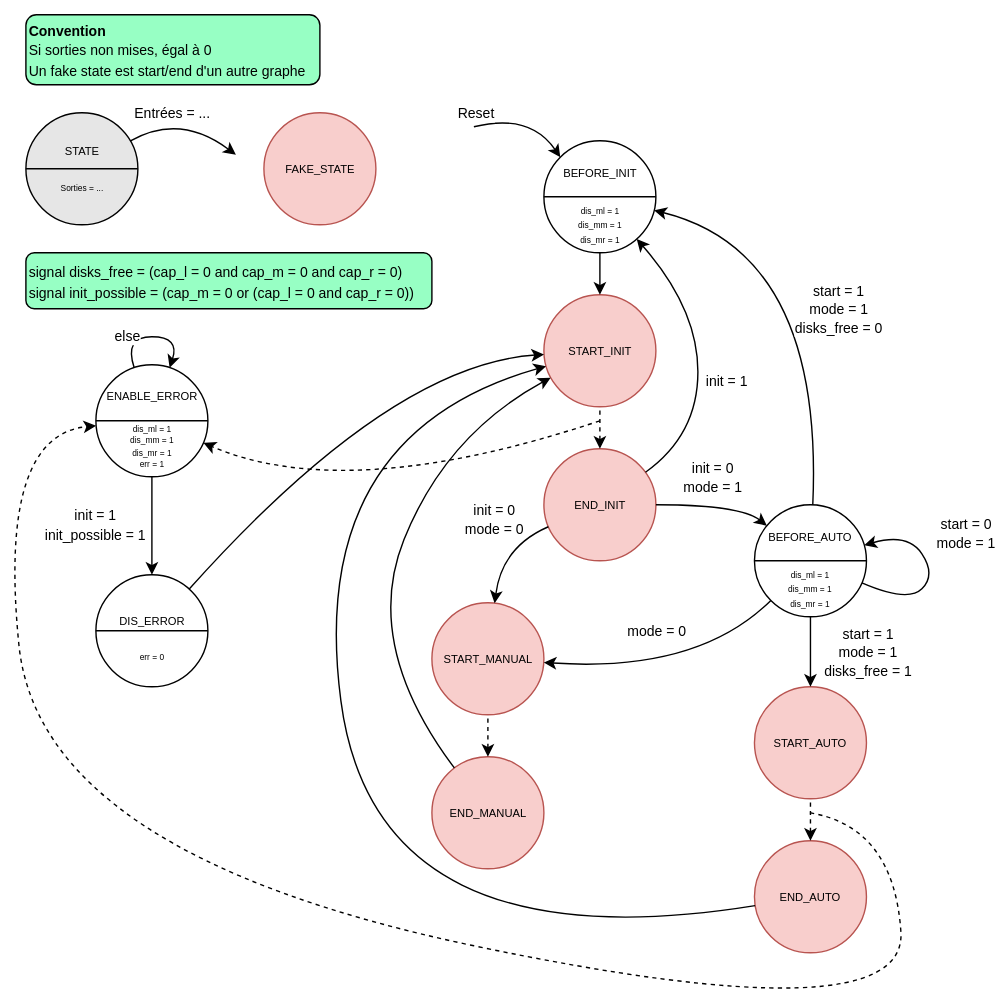
Earlier version of the draw.io export doc/images/state_global.svg (Schokiiiiiiii/csn26). Source tidied: cells renumbered, new cells last; positions are measured from the earlier drawing's top-left corner, leaving out a move shared by most shapes.
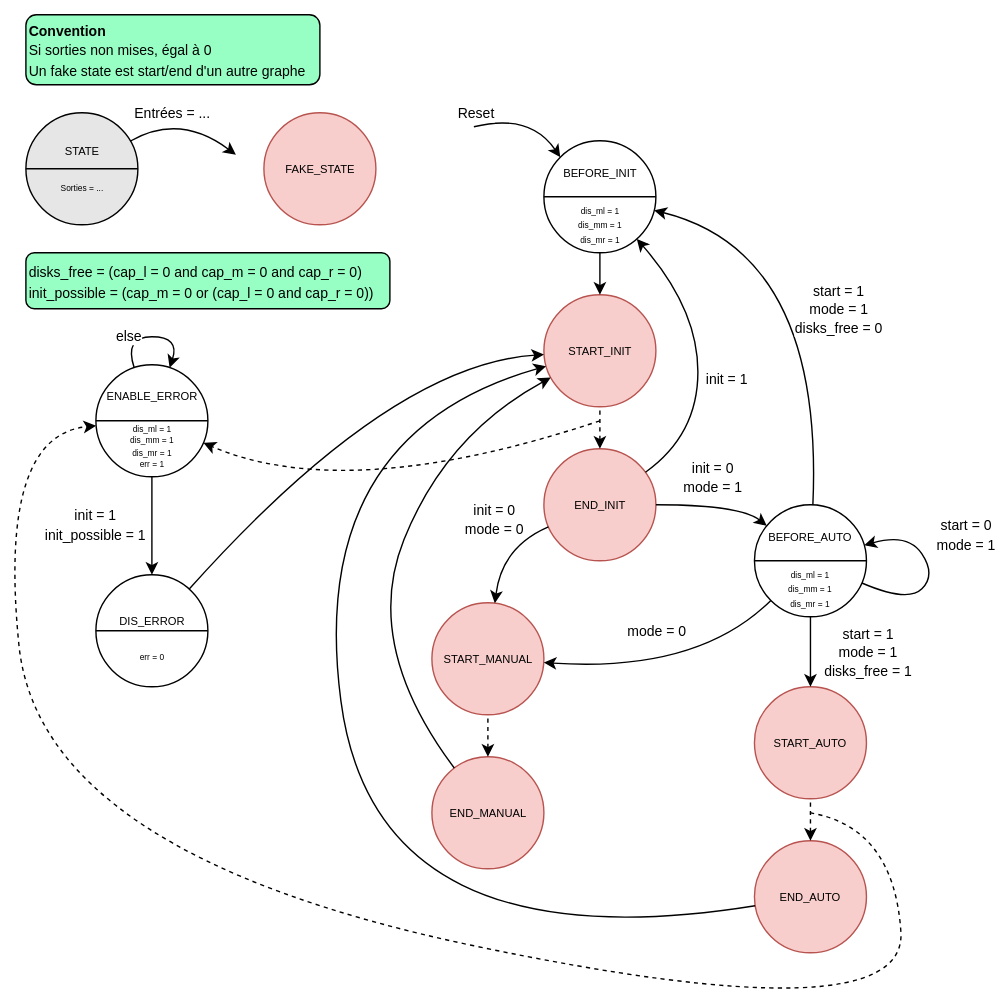
The same file after the commit.

Change to the diagram source:
```diff
@@ -140,8 +140,8 @@
         <mxPoint x="36" y="-13" as="offset" />
       </mxGeometry>
     </mxCell>
-    <mxCell id="32" value="&lt;font style=&quot;font-size: 10px;&quot;&gt;signal disks_free =&amp;nbsp;&lt;span style=&quot;background-color: transparent; color: light-dark(rgb(0, 0, 0), rgb(255, 255, 255));&quot;&gt;(cap_l = 0 and cap_m = 0 and cap_r = 0)&lt;/span&gt;&lt;/font&gt;&lt;div style=&quot;&quot;&gt;&lt;span style=&quot;background-color: transparent; color: light-dark(rgb(0, 0, 0), rgb(255, 255, 255));&quot;&gt;&lt;font style=&quot;font-size: 10px;&quot;&gt;signal init_possible = (cap_m = 0 or (cap_l = 0 and cap_r = 0))&lt;/font&gt;&lt;/span&gt;&lt;/div&gt;" style="rounded=1;whiteSpace=wrap;html=1;align=left;fillColor=#97FFC4;" parent="1" vertex="1">
-      <mxGeometry x="20" y="170" width="290" height="40" as="geometry" />
+    <mxCell id="32" value="&lt;font style=&quot;font-size: 10px;&quot;&gt;disks_free =&amp;nbsp;&lt;span style=&quot;background-color: transparent; color: light-dark(rgb(0, 0, 0), rgb(255, 255, 255));&quot;&gt;(cap_l = 0 and cap_m = 0 and cap_r = 0)&lt;/span&gt;&lt;/font&gt;&lt;div style=&quot;&quot;&gt;&lt;span style=&quot;background-color: transparent; color: light-dark(rgb(0, 0, 0), rgb(255, 255, 255));&quot;&gt;&lt;font style=&quot;font-size: 10px;&quot;&gt;init_possible = (cap_m = 0 or (cap_l = 0 and cap_r = 0))&lt;/font&gt;&lt;/span&gt;&lt;/div&gt;" style="rounded=1;whiteSpace=wrap;html=1;align=left;fillColor=#97FFC4;" parent="1" vertex="1">
+      <mxGeometry x="20" y="170" width="260" height="40" as="geometry" />
     </mxCell>
     <mxCell id="33" style="curved=1;endArrow=classic;html=1;rounded=0;" parent="1" edge="1" source="13" target="6">
       <mxGeometry relative="1" as="geometry">
```
